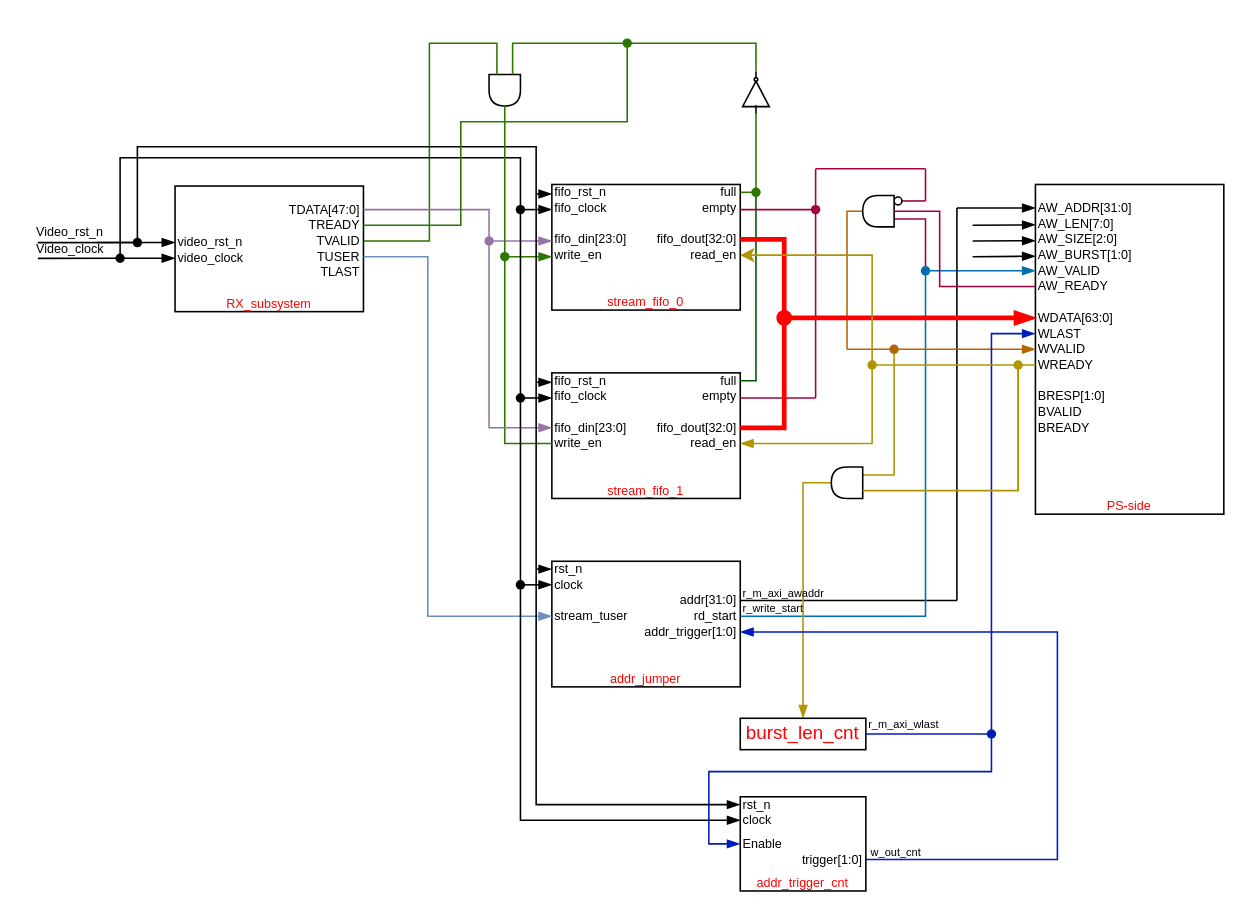
This is Our_design/Our_design.drawio from YZchen3467/drawio, a draw.io file, before an edit. Source tidied: cells renumbered, new cells numbered last; positions are measured from the earlier drawing's top-left corner, leaving out a move shared by most shapes. Both pictures are drawn from the tidied source at 157%, with x=0, y=0 at pixel (33, 27).
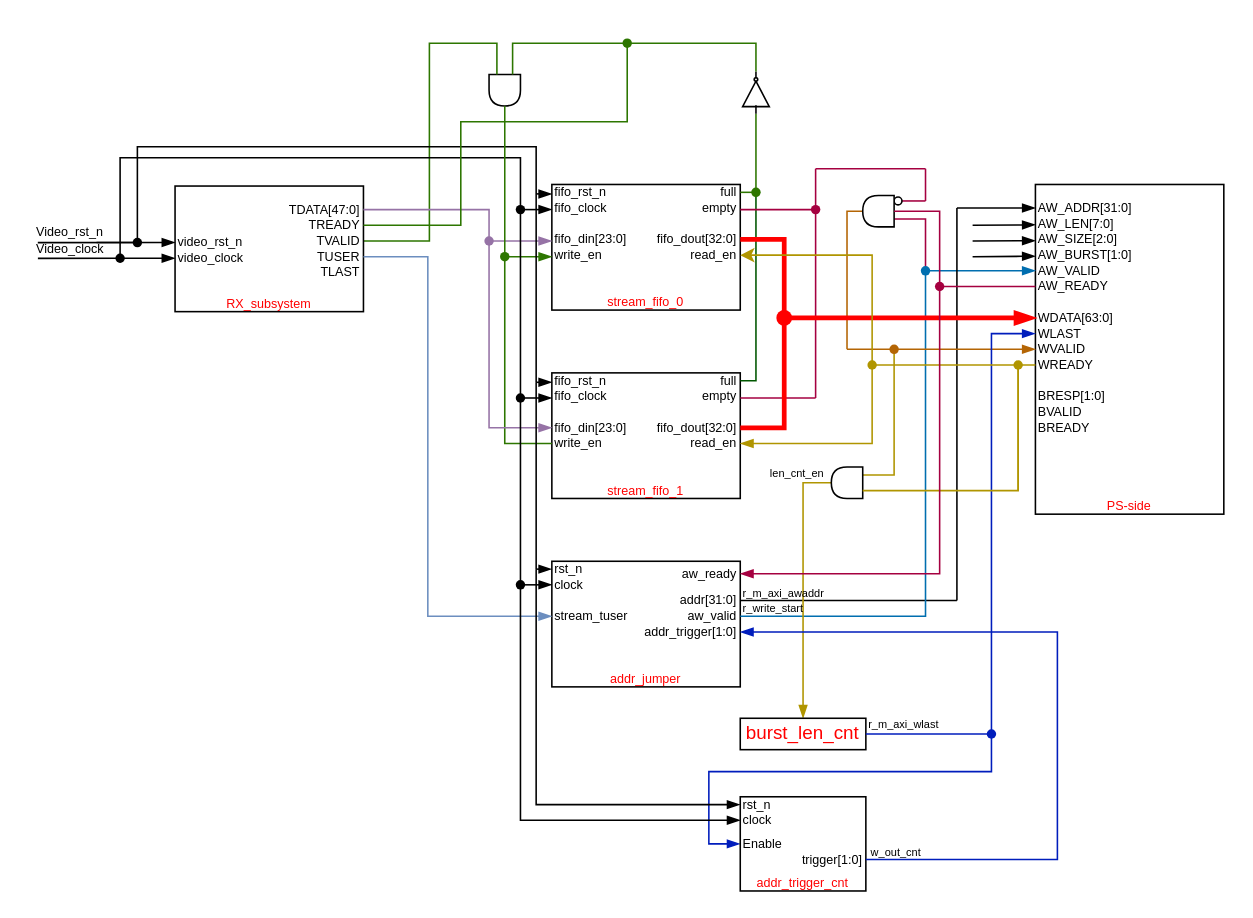
After the change.

The change refers to these unchanged cells:
```xml
<mxCell id="13" style="group;rounded=0;" parent="1" vertex="1">
  <mxGeometry x="330" y="340" width="120" height="80" as="geometry" />
</mxCell>
```

Change to the diagram source:
```diff
@@
-    <mxCell id="19" value="rd_start" style="text;html=1;strokeColor=none;fillColor=none;align=right;verticalAlign=middle;whiteSpace=wrap;rounded=0;strokeWidth=0;fontSize=8;horizontal=1;" parent="13" vertex="1">
+    <mxCell id="19" value="aw_valid" style="text;html=1;strokeColor=none;fillColor=none;align=right;verticalAlign=middle;whiteSpace=wrap;rounded=0;strokeWidth=0;fontSize=8;horizontal=1;" parent="13" vertex="1">
       <mxGeometry x="60" y="30" width="60" height="10" as="geometry" />
     </mxCell>
@@
+    <mxCell id="161" value="aw_ready" style="text;html=1;strokeColor=none;fillColor=none;align=right;verticalAlign=middle;whiteSpace=wrap;rounded=0;strokeWidth=0;fontSize=8;horizontal=1;" parent="13" vertex="1">
+      <mxGeometry x="60" y="3" width="60" height="10" as="geometry" />
+    </mxCell>
@@
+    <mxCell id="162" value="&lt;p style=&quot;line-height: 100%;&quot;&gt;&lt;span style=&quot;font-size: 7px;&quot;&gt;len_cnt_en&lt;/span&gt;&lt;/p&gt;" style="text;html=1;strokeColor=none;fillColor=none;align=center;verticalAlign=middle;whiteSpace=wrap;rounded=0;" parent="1" vertex="1">
+      <mxGeometry x="468" y="278" width="37" height="10" as="geometry" />
+    </mxCell>
+    <mxCell id="163" style="edgeStyle=orthogonalEdgeStyle;rounded=0;html=1;endArrow=blockThin;endFill=1;entryX=1;entryY=0.5;entryDx=0;entryDy=0;fillColor=#d80073;strokeColor=#A50040;" parent="1" edge="1" source="164" target="161">
+      <mxGeometry relative="1" as="geometry">
+        <Array as="points">
+          <mxPoint x="577" y="348" />
+        </Array>
+      </mxGeometry>
+    </mxCell>
+    <mxCell id="164" style="shape=waypoint;sketch=0;fillStyle=solid;size=6;points=[];fillColor=#d80073;perimeter=centerPerimeter;snapToPoint=1;fontColor=#ffffff;strokeColor=#A50040;" parent="1" vertex="1">
+      <mxGeometry x="567" y="155" width="20" height="20" as="geometry" />
+    </mxCell>
```
